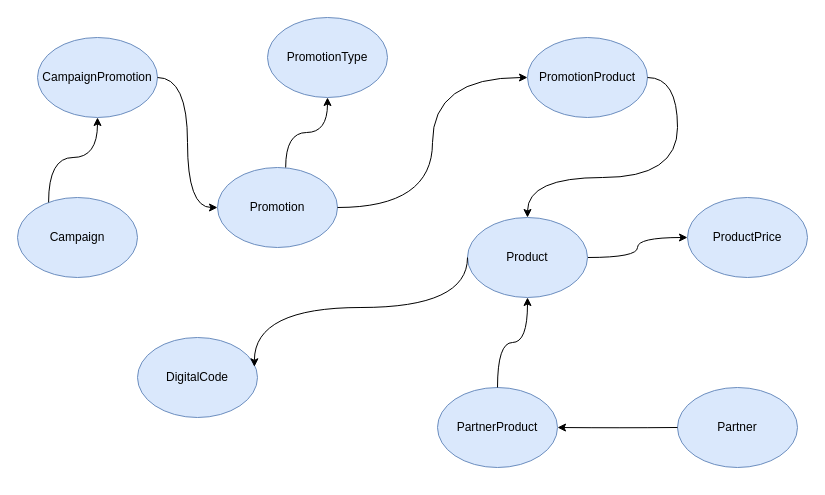
This is Untitled Diagram.drawio from TungCaoBk97/draw.io, a draw.io file, before an edit. Source tidied: cells renumbered, new cells numbered last; positions are measured from the earlier drawing's top-left corner, leaving out a move shared by most shapes. Both pictures are drawn from the tidied source at 100%, with x=0, y=0 at pixel (17, 17).
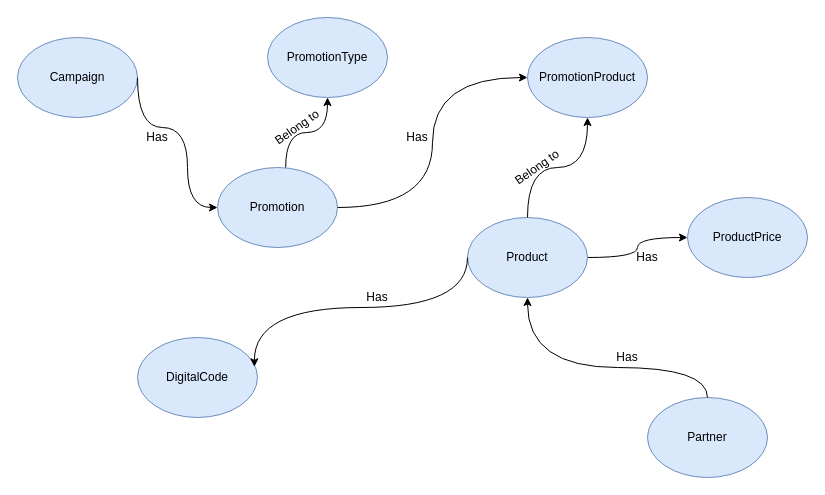
The same page after the edit.

Unchanged cells that the change refers to:
```xml
<mxCell id="3" style="ellipse;whiteSpace=wrap;html=1;fillColor=#dae8fc;strokeColor=#6c8ebf;" parent="1" vertex="1">
  <mxGeometry x="450" y="200" width="120" height="80" as="geometry" />
</mxCell>
<mxCell id="6" style="ellipse;whiteSpace=wrap;html=1;fillColor=#dae8fc;strokeColor=#6c8ebf;" parent="1" vertex="1">
  <mxGeometry x="200" y="150" width="120" height="80" as="geometry" />
</mxCell>
<mxCell id="12" style="ellipse;whiteSpace=wrap;html=1;fillColor=#dae8fc;strokeColor=#6c8ebf;" parent="1" vertex="1">
  <mxGeometry x="510" y="20" width="120" height="80" as="geometry" />
</mxCell>
```

Change to the diagram source:
```diff
@@
     <mxCell id="5" style="ellipse;whiteSpace=wrap;html=1;fillColor=#dae8fc;strokeColor=#6c8ebf;" parent="1" vertex="1">
-      <mxGeometry x="420" y="370" width="120" height="80" as="geometry" />
+      <mxGeometry x="630" y="380" width="120" height="80" as="geometry" />
     </mxCell>
@@
     <mxCell id="8" style="ellipse;whiteSpace=wrap;html=1;fillColor=#dae8fc;strokeColor=#6c8ebf;" parent="1" vertex="1">
-      <mxGeometry x="20" y="20" width="120" height="80" as="geometry" />
+      <mxGeometry y="20" width="120" height="80" as="geometry" />
     </mxCell>
@@
-    <mxCell id="10" style="ellipse;whiteSpace=wrap;html=1;fillColor=#dae8fc;strokeColor=#6c8ebf;" parent="1" vertex="1">
-      <mxGeometry x="660" y="370" width="120" height="80" as="geometry" />
-    </mxCell>
-    <mxCell id="11" style="ellipse;whiteSpace=wrap;html=1;fillColor=#dae8fc;strokeColor=#6c8ebf;" parent="1" vertex="1">
-      <mxGeometry y="180" width="120" height="80" as="geometry" />
-    </mxCell>
@@
     <mxCell id="13" value="Campaign" style="text;html=1;strokeColor=none;fillColor=none;align=center;verticalAlign=middle;whiteSpace=wrap;rounded=0;" parent="1" vertex="1">
-      <mxGeometry x="40" y="210" width="40" height="20" as="geometry" />
+      <mxGeometry x="40" y="50" width="40" height="20" as="geometry" />
     </mxCell>
-    <mxCell id="14" value="CampaignPromotion" style="text;html=1;strokeColor=none;fillColor=none;align=center;verticalAlign=middle;whiteSpace=wrap;rounded=0;" parent="1" vertex="1">
-      <mxGeometry x="60" y="50" width="40" height="20" as="geometry" />
-    </mxCell>
-    <mxCell id="15" value="PartnerProduct" style="text;html=1;strokeColor=none;fillColor=none;align=center;verticalAlign=middle;whiteSpace=wrap;rounded=0;" parent="1" vertex="1">
-      <mxGeometry x="460" y="400" width="40" height="20" as="geometry" />
-    </mxCell>
@@
     <mxCell id="17" value="Partner" style="text;html=1;strokeColor=none;fillColor=none;align=center;verticalAlign=middle;whiteSpace=wrap;rounded=0;" parent="1" vertex="1">
-      <mxGeometry x="700" y="400" width="40" height="20" as="geometry" />
+      <mxGeometry x="670" y="410" width="40" height="20" as="geometry" />
     </mxCell>
@@
-    <mxCell id="23" style="edgeStyle=orthogonalEdgeStyle;rounded=0;jettySize=auto;html=1;curved=1;entryX=0.5;entryY=0;entryDx=0;entryDy=0;exitX=1;exitY=0.5;exitDx=0;exitDy=0;" parent="1" edge="1" source="12" target="3">
-      <mxGeometry relative="1" as="geometry">
-        <Array as="points">
-          <mxPoint x="660" y="60" />
-          <mxPoint x="660" y="160" />
-        </Array>
-      </mxGeometry>
-    </mxCell>
@@
     <mxCell id="25" style="edgeStyle=orthogonalEdgeStyle;rounded=0;jettySize=auto;html=1;curved=1;entryX=0;entryY=0.5;entryDx=0;entryDy=0;exitX=1;exitY=0.5;exitDx=0;exitDy=0;" parent="1" edge="1" source="8" target="6">
-      <mxGeometry relative="1" as="geometry" />
+      <mxGeometry relative="1" as="geometry">
+        <Array as="points">
+          <mxPoint x="120" y="110" />
+          <mxPoint x="170" y="110" />
+          <mxPoint x="170" y="190" />
+        </Array>
+      </mxGeometry>
     </mxCell>
@@
-    <mxCell id="29" style="edgeStyle=orthogonalEdgeStyle;rounded=0;jettySize=auto;html=1;curved=1;entryX=1;entryY=0.5;entryDx=0;entryDy=0;" parent="1" edge="1" target="5">
-      <mxGeometry relative="1" as="geometry">
-        <mxPoint x="660" y="410" as="sourcePoint" />
-      </mxGeometry>
-    </mxCell>
-    <mxCell id="30" style="edgeStyle=orthogonalEdgeStyle;rounded=0;jettySize=auto;html=1;curved=1;entryX=0.5;entryY=1;entryDx=0;entryDy=0;exitX=0.259;exitY=0.061;exitDx=0;exitDy=0;exitPerimeter=0;" parent="1" edge="1" source="11" target="8">
-      <mxGeometry relative="1" as="geometry" />
-    </mxCell>
     <mxCell id="31" style="edgeStyle=orthogonalEdgeStyle;rounded=0;jettySize=auto;html=1;curved=1;" parent="1" edge="1" source="5" target="3">
-      <mxGeometry relative="1" as="geometry" />
+      <mxGeometry relative="1" as="geometry">
+        <Array as="points">
+          <mxPoint x="690" y="350" />
+          <mxPoint x="510" y="350" />
+        </Array>
+      </mxGeometry>
     </mxCell>
+    <mxCell id="32" value="Belong to" style="text;html=1;strokeColor=none;fillColor=none;align=center;verticalAlign=middle;whiteSpace=wrap;rounded=0;rotation=-35;" parent="1" vertex="1">
+      <mxGeometry x="240" y="100" width="80" height="20" as="geometry" />
+    </mxCell>
+    <mxCell id="33" value="Has" style="text;html=1;strokeColor=none;fillColor=none;align=center;verticalAlign=middle;whiteSpace=wrap;rounded=0;" parent="1" vertex="1">
+      <mxGeometry x="120" y="110" width="40" height="20" as="geometry" />
+    </mxCell>
+    <mxCell id="34" value="Has" style="text;html=1;strokeColor=none;fillColor=none;align=center;verticalAlign=middle;whiteSpace=wrap;rounded=0;" parent="1" vertex="1">
+      <mxGeometry x="590" y="330" width="40" height="20" as="geometry" />
+    </mxCell>
+    <mxCell id="35" value="Has" style="text;html=1;strokeColor=none;fillColor=none;align=center;verticalAlign=middle;whiteSpace=wrap;rounded=0;" parent="1" vertex="1">
+      <mxGeometry x="610" y="230" width="40" height="20" as="geometry" />
+    </mxCell>
+    <mxCell id="36" value="Has" style="text;html=1;strokeColor=none;fillColor=none;align=center;verticalAlign=middle;whiteSpace=wrap;rounded=0;" parent="1" vertex="1">
+      <mxGeometry x="340" y="270" width="40" height="20" as="geometry" />
+    </mxCell>
+    <mxCell id="37" style="edgeStyle=orthogonalEdgeStyle;rounded=0;jettySize=auto;html=1;curved=1;exitX=0.5;exitY=0;exitDx=0;exitDy=0;entryX=0.5;entryY=1;entryDx=0;entryDy=0;" parent="1" edge="1" source="3" target="12">
+      <mxGeometry relative="1" as="geometry">
+        <Array as="points">
+          <mxPoint x="510" y="150" />
+          <mxPoint x="570" y="150" />
+        </Array>
+      </mxGeometry>
+    </mxCell>
+    <mxCell id="38" value="Belong to" style="text;html=1;strokeColor=none;fillColor=none;align=center;verticalAlign=middle;whiteSpace=wrap;rounded=0;rotation=-35;" parent="1" vertex="1">
+      <mxGeometry x="480" y="140" width="80" height="20" as="geometry" />
+    </mxCell>
+    <mxCell id="39" value="Has" style="text;html=1;strokeColor=none;fillColor=none;align=center;verticalAlign=middle;whiteSpace=wrap;rounded=0;" parent="1" vertex="1">
+      <mxGeometry x="380" y="110" width="40" height="20" as="geometry" />
+    </mxCell>
```
